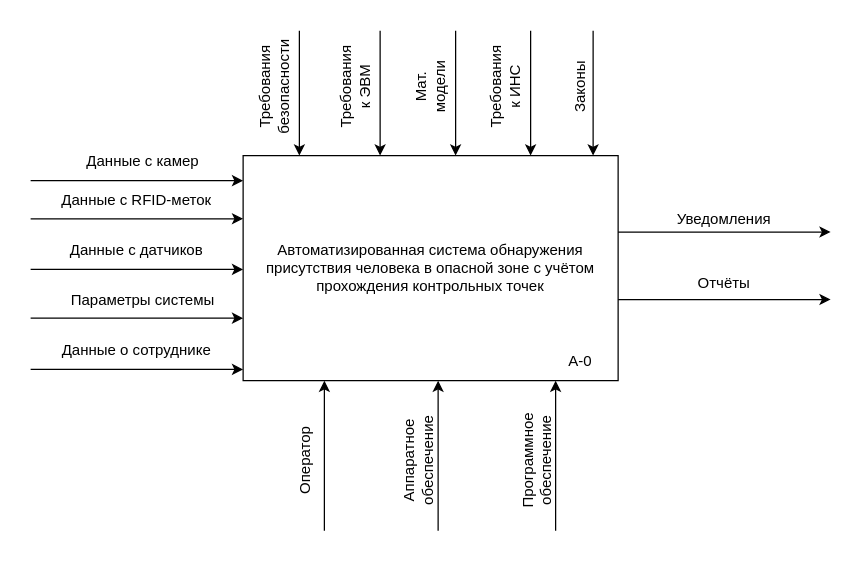
The draw.io diagram Graduate Work/IDEF0/IDEF0.drawio in Fanatsio/University, before the edit. Source tidied: cells renumbered, new cells numbered last; positions are measured from the earlier drawing's top-left corner, leaving out a move shared by most shapes. Both pictures are drawn from the tidied source at 125%, with x=0, y=0 at pixel (30, 30).
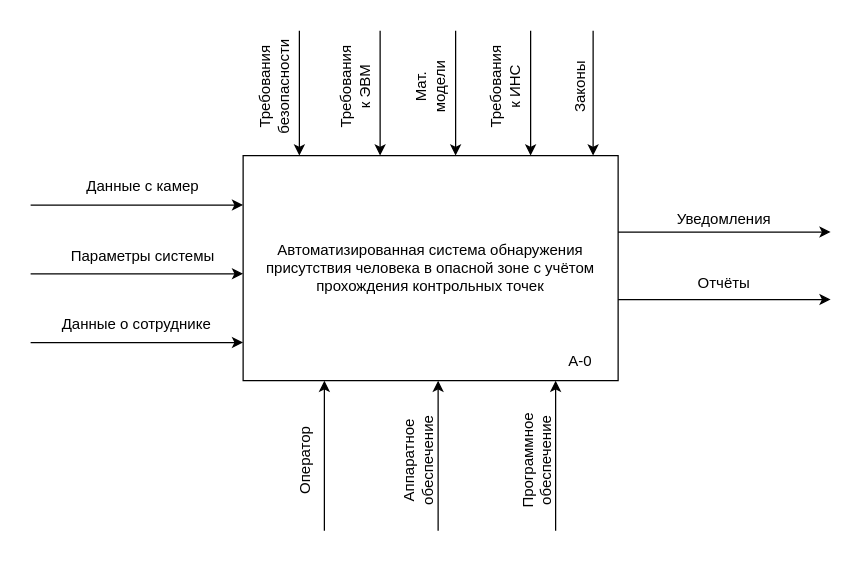
After the change.

The edit, as a diff of the source:
```diff
@@
     <mxCell id="5" style="endArrow=classic;html=1;rounded=0;entryX=0;entryY=0;entryDx=0;entryDy=0;" parent="1" edge="1">
       <mxGeometry relative="1" as="geometry">
-        <mxPoint y="120" as="sourcePoint" />
-        <mxPoint x="170" y="120" as="targetPoint" />
+        <mxPoint y="139.5" as="sourcePoint" />
+        <mxPoint x="170" y="139.5" as="targetPoint" />
       </mxGeometry>
     </mxCell>
     <mxCell id="6" value="&lt;div&gt;Данные с камер&lt;/div&gt;" style="text;html=1;align=center;verticalAlign=middle;whiteSpace=wrap;rounded=0;" parent="1" vertex="1">
-      <mxGeometry x="40" y="90" width="100" height="30" as="geometry" />
+      <mxGeometry x="40" y="109.5" width="100" height="30" as="geometry" />
     </mxCell>
-    <mxCell id="7" style="endArrow=classic;html=1;rounded=0;entryX=0;entryY=0;entryDx=0;entryDy=0;" parent="1" edge="1">
-      <mxGeometry relative="1" as="geometry">
-        <mxPoint y="150.5" as="sourcePoint" />
-        <mxPoint x="170" y="150.5" as="targetPoint" />
-      </mxGeometry>
-    </mxCell>
-    <mxCell id="8" value="&lt;div&gt;Данные с RFID-меток&lt;/div&gt;" style="text;html=1;align=center;verticalAlign=middle;whiteSpace=wrap;rounded=0;" parent="1" vertex="1">
-      <mxGeometry x="20" y="121" width="130" height="30" as="geometry" />
-    </mxCell>
-    <mxCell id="9" style="endArrow=classic;html=1;rounded=0;entryX=0;entryY=0;entryDx=0;entryDy=0;" parent="1" edge="1">
-      <mxGeometry relative="1" as="geometry">
-        <mxPoint y="191" as="sourcePoint" />
-        <mxPoint x="170" y="191" as="targetPoint" />
-      </mxGeometry>
-    </mxCell>
-    <mxCell id="10" value="&lt;div&gt;Данные с датчиков&lt;/div&gt;" style="text;html=1;align=center;verticalAlign=middle;whiteSpace=wrap;rounded=0;" parent="1" vertex="1">
-      <mxGeometry x="30" y="161" width="110" height="30" as="geometry" />
-    </mxCell>
     <mxCell id="11" style="endArrow=classic;html=1;rounded=0;entryX=0;entryY=0;entryDx=0;entryDy=0;" parent="1" edge="1">
       <mxGeometry relative="1" as="geometry">
-        <mxPoint y="230" as="sourcePoint" />
-        <mxPoint x="170" y="230" as="targetPoint" />
+        <mxPoint y="194.5" as="sourcePoint" />
+        <mxPoint x="170" y="194.5" as="targetPoint" />
       </mxGeometry>
     </mxCell>
     <mxCell id="12" value="&lt;div&gt;Параметры системы&lt;/div&gt;" style="text;html=1;align=center;verticalAlign=middle;whiteSpace=wrap;rounded=0;" parent="1" vertex="1">
-      <mxGeometry x="30" y="201" width="120" height="30" as="geometry" />
+      <mxGeometry x="30" y="165.5" width="120" height="30" as="geometry" />
     </mxCell>
     <mxCell id="13" style="endArrow=classic;html=1;rounded=0;entryX=0;entryY=0;entryDx=0;entryDy=0;" parent="1" edge="1">
       <mxGeometry relative="1" as="geometry">
-        <mxPoint y="271" as="sourcePoint" />
-        <mxPoint x="170" y="271" as="targetPoint" />
+        <mxPoint y="249.5" as="sourcePoint" />
+        <mxPoint x="170" y="249.5" as="targetPoint" />
       </mxGeometry>
     </mxCell>
     <mxCell id="14" value="Данные о сотруднике" style="text;html=1;align=center;verticalAlign=middle;whiteSpace=wrap;rounded=0;" parent="1" vertex="1">
-      <mxGeometry x="20" y="241" width="130" height="30" as="geometry" />
+      <mxGeometry x="20" y="219.5" width="130" height="30" as="geometry" />
     </mxCell>
```
